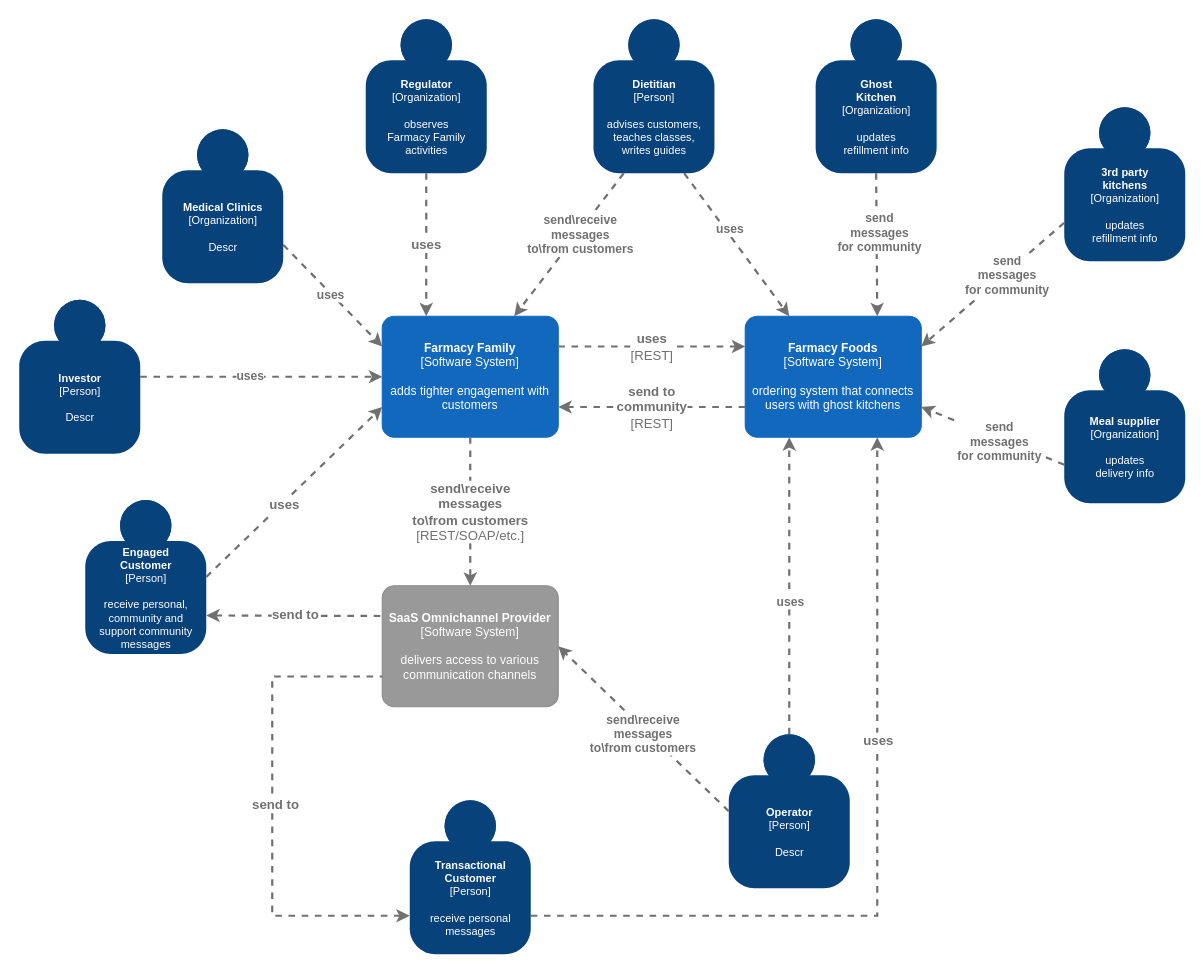
Earlier version of the draw.io diagram page "C4.System Context" (2 of 2) of analysis/drawio.drawio (sakosy/arch_katas_2021). Source tidied: cells renumbered, new cells numbered last; positions are measured from the earlier drawing's top-left corner, leaving out a move shared by most shapes. Both pictures are drawn from the tidied source at 110%, with x=0, y=0 at pixel (19, 19).
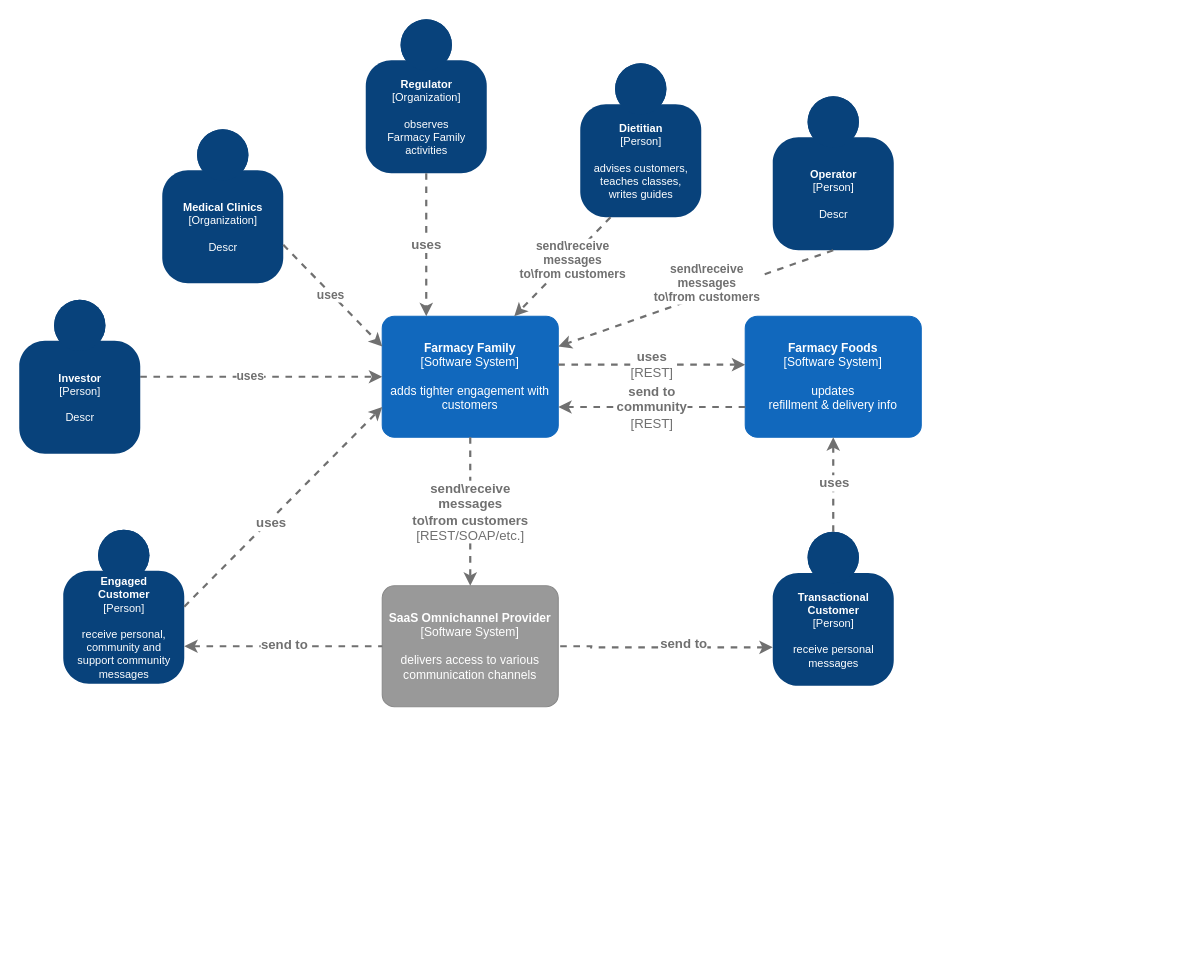
The same page after the edit.

Commit message (it also covers changes not shown here):
updated System Context Diagram

Unchanged cells that the change refers to:
```xml
<object id="3" label="&lt;b style=&quot;font-size: 11px;&quot;&gt;%c4Name%&lt;/b&gt;&lt;div style=&quot;font-size: 11px;&quot;&gt;[%c4Type%]&lt;/div&gt;&lt;br style=&quot;font-size: 11px;&quot;&gt;&lt;div style=&quot;font-size: 11px;&quot;&gt;%c4Description%&lt;/div&gt;" c4Description="adds tighter engagement with customers" c4Name="Farmacy Family" c4Type="Software System" placeholders="1">
  <mxCell style="rounded=1;whiteSpace=wrap;html=1;labelBackgroundColor=none;fillColor=#1168BD;fontColor=#ffffff;align=center;arcSize=10;strokeColor=#1168BD;metaData={&quot;c4Type&quot;:{&quot;editable&quot;:false}};points=[[0.25,0,0],[0.5,0,0],[0.75,0,0],[1,0.25,0],[1,0.5,0],[1,0.75,0],[0.75,1,0],[0.5,1,0],[0.25,1,0],[0,0.75,0],[0,0.5,0],[0,0.25,0]];fontFamily=PT Mono;fontSize=11;" parent="1" vertex="1">
    <mxGeometry x="330" y="270" width="160" height="110" as="geometry" />
  </mxCell>
</object>
<object id="5" label="&lt;b style=&quot;font-size: 11px;&quot;&gt;%c4Name%&lt;/b&gt;&lt;div style=&quot;font-size: 11px;&quot;&gt;[%c4Type%]&lt;/div&gt;&lt;br style=&quot;font-size: 11px;&quot;&gt;&lt;div style=&quot;font-size: 11px;&quot;&gt;%c4Description%&lt;/div&gt;" c4Description="delivers access to various communication channels" c4Name="SaaS Omnichannel Provider" c4Type="Software System" placeholders="1">
  <mxCell style="rounded=1;whiteSpace=wrap;html=1;labelBackgroundColor=none;fillColor=#999999;fontColor=#ffffff;align=center;arcSize=10;strokeColor=#8A8A8A;metaData={&quot;c4Type&quot;:{&quot;editable&quot;:false}};points=[[0.25,0,0],[0.5,0,0],[0.75,0,0],[1,0.25,0],[1,0.5,0],[1,0.75,0],[0.75,1,0],[0.5,1,0],[0.25,1,0],[0,0.75,0],[0,0.5,0],[0,0.25,0]];fontFamily=PT Mono;fontSize=11;" parent="1" vertex="1">
    <mxGeometry x="330" y="515" width="160" height="110" as="geometry" />
  </mxCell>
</object>
```

The edit, as a diff of the source:
```diff
@@
     <object id="2" label="&lt;b style=&quot;font-size: 10px;&quot;&gt;%c4Name%&lt;/b&gt;&lt;div style=&quot;font-size: 10px;&quot;&gt;[%c4Type%]&lt;/div&gt;&lt;br style=&quot;font-size: 10px;&quot;&gt;&lt;div style=&quot;font-size: 10px;&quot;&gt;%c4Description%&lt;/div&gt;" c4Description="receive personal,&#10;community and&#10;support community&#10;messages" c4Name="Engaged&#10;Customer" c4Type="Person" placeholders="1">
       <mxCell style="html=1;dashed=0;whitespace=wrap;fillColor=#08427b;strokeColor=none;fontColor=#ffffff;shape=mxgraph.c4.person;align=center;points=[[0.5,0,0],[1,0.5,0],[1,0.75,0],[0.75,1,0],[0.5,1,0],[0.25,1,0],[0,0.75,0],[0,0.5,0]];metaData={&quot;c4Type&quot;:{&quot;editable&quot;:false}};fontFamily=PT Mono;fontSize=10;" parent="1" vertex="1">
-        <mxGeometry x="60" y="437" width="110" height="140" as="geometry" />
+        <mxGeometry x="40" y="464" width="110" height="140" as="geometry" />
       </mxCell>
     </object>
@@
-    <object id="4" label="&lt;b style=&quot;font-size: 11px;&quot;&gt;%c4Name%&lt;/b&gt;&lt;div style=&quot;font-size: 11px;&quot;&gt;[%c4Type%]&lt;/div&gt;&lt;br style=&quot;font-size: 11px;&quot;&gt;&lt;div style=&quot;font-size: 11px;&quot;&gt;%c4Description%&lt;/div&gt;" c4Description="ordering system that connects users with ghost kitchens" c4Name="Farmacy Foods" c4Type="Software System" placeholders="1">
+    <object id="4" label="&lt;b style=&quot;font-size: 11px;&quot;&gt;%c4Name%&lt;/b&gt;&lt;div style=&quot;font-size: 11px;&quot;&gt;[%c4Type%]&lt;/div&gt;&lt;br style=&quot;font-size: 11px;&quot;&gt;&lt;div style=&quot;font-size: 11px;&quot;&gt;%c4Description%&lt;/div&gt;" c4Description="updates&#10;refillment &amp; delivery info" c4Name="Farmacy Foods" c4Type="Software System" placeholders="1">
       <mxCell style="rounded=1;whiteSpace=wrap;html=1;labelBackgroundColor=none;fillColor=#1168BD;fontColor=#ffffff;align=center;arcSize=10;strokeColor=#1168BD;metaData={&quot;c4Type&quot;:{&quot;editable&quot;:false}};points=[[0.25,0,0],[0.5,0,0],[0.75,0,0],[1,0.25,0],[1,0.5,0],[1,0.75,0],[0.75,1,0],[0.5,1,0],[0.25,1,0],[0,0.75,0],[0,0.5,0],[0,0.25,0]];fontFamily=PT Mono;fontSize=11;" parent="1" vertex="1">
         <mxGeometry x="660" y="270" width="160" height="110" as="geometry" />
       </mxCell>
     </object>
@@
     <object id="7" label="&lt;div style=&quot;text-align: left&quot;&gt;&lt;div style=&quot;text-align: center&quot;&gt;&lt;b&gt;%c4Description%&lt;/b&gt;&lt;/div&gt;&lt;div style=&quot;text-align: center&quot;&gt;[%c4Technology%]&lt;/div&gt;&lt;/div&gt;" c4Description="uses" c4Technology="REST" placeholders="1">
-      <mxCell style="edgeStyle=none;rounded=0;html=1;entryX=0;entryY=0.25;jettySize=auto;strokeColor=#707070;strokeWidth=2;fontColor=#707070;jumpStyle=none;dashed=1;metaData={&quot;c4Type&quot;:{&quot;editable&quot;:false}};fontFamily=PT Mono;fontSize=12;startArrow=none;startFill=0;endArrow=classic;endFill=1;verticalAlign=middle;entryDx=0;entryDy=0;entryPerimeter=0;exitX=1;exitY=0.25;exitDx=0;exitDy=0;exitPerimeter=0;" parent="1" edge="1" source="3" target="4">
-        <mxGeometry relative="1" as="geometry" />
+      <mxCell style="edgeStyle=none;rounded=0;html=1;entryX=0;entryY=0.5;jettySize=auto;orthogonalLoop=1;strokeColor=#707070;strokeWidth=2;fontColor=#707070;jumpStyle=none;dashed=1;metaData={&quot;c4Type&quot;:{&quot;editable&quot;:false}};fontFamily=PT Mono;fontSize=12;startArrow=none;startFill=0;endArrow=classic;endFill=1;verticalAlign=middle;entryDx=0;entryDy=0;entryPerimeter=0;exitX=1;exitY=0.5;exitDx=0;exitDy=0;exitPerimeter=0;" parent="1" edge="1">
+        <mxGeometry relative="1" as="geometry">
+          <mxPoint x="490" y="314" as="sourcePoint" />
+          <mxPoint x="660" y="314" as="targetPoint" />
+        </mxGeometry>
       </mxCell>
     </object>
@@
     <object id="10" label="&lt;b style=&quot;font-size: 10px;&quot;&gt;%c4Name%&lt;/b&gt;&lt;div style=&quot;font-size: 10px;&quot;&gt;[%c4Type%]&lt;/div&gt;&lt;br style=&quot;font-size: 10px;&quot;&gt;&lt;div style=&quot;font-size: 10px;&quot;&gt;%c4Description%&lt;/div&gt;" c4Description="receive personal&#10;messages" c4Name="Transactional&#10;Customer" c4Type="Person" placeholders="1">
       <mxCell style="html=1;dashed=0;whitespace=wrap;fillColor=#08427b;strokeColor=none;fontColor=#ffffff;shape=mxgraph.c4.person;align=center;points=[[0.5,0,0],[1,0.5,0],[1,0.75,0],[0.75,1,0],[0.5,1,0],[0.25,1,0],[0,0.75,0],[0,0.5,0]];metaData={&quot;c4Type&quot;:{&quot;editable&quot;:false}};fontFamily=PT Mono;fontSize=10;" parent="1" vertex="1">
-        <mxGeometry x="355" y="710" width="110" height="140" as="geometry" />
+        <mxGeometry x="685" y="466" width="110" height="140" as="geometry" />
       </mxCell>
     </object>
-    <mxCell id="11" style="endArrow=classic;html=1;rounded=0;fontFamily=PT Mono;fontSize=12;fontColor=#707070;verticalAlign=middle;edgeStyle=elbowEdgeStyle;dashed=1;strokeColor=#707070;strokeWidth=2;endFill=1;startFill=0;exitX=1;exitY=0.75;exitDx=0;exitDy=0;exitPerimeter=0;entryX=0.75;entryY=1;entryDx=0;entryDy=0;entryPerimeter=0;" parent="1" edge="1" source="10" target="4">
-      <mxGeometry relative="1" as="geometry">
-        <Array as="points">
-          <mxPoint x="780" y="570" />
-          <mxPoint x="730" y="600" />
-        </Array>
-      </mxGeometry>
+    <mxCell id="11" style="endArrow=classic;html=1;rounded=0;fontFamily=PT Mono;fontSize=12;fontColor=#707070;verticalAlign=middle;dashed=1;strokeColor=#707070;strokeWidth=2;endFill=1;startFill=0;exitX=0.5;exitY=0;exitDx=0;exitDy=0;exitPerimeter=0;entryX=0.5;entryY=1;entryDx=0;entryDy=0;entryPerimeter=0;edgeStyle=orthogonalEdgeStyle;" parent="1" edge="1" source="10" target="4">
+      <mxGeometry relative="1" as="geometry" />
     </mxCell>
     <mxCell id="12" value="uses" style="edgeLabel;html=1;align=center;verticalAlign=middle;fontSize=12;fontFamily=PT Mono;fontColor=#707070;fontStyle=1;" parent="11" vertex="1">
       <mxGeometry x="-0.15" y="-1" relative="1" as="geometry">
-        <mxPoint x="-1" y="-156" as="offset" />
+        <mxPoint x="-1" y="-8" as="offset" />
       </mxGeometry>
     </mxCell>
-    <mxCell id="13" style="endArrow=none;html=1;rounded=0;fontFamily=PT Mono;fontSize=12;fontColor=#707070;verticalAlign=middle;dashed=1;strokeColor=#707070;strokeWidth=2;endFill=0;startFill=1;entryX=0;entryY=0.25;entryDx=0;entryDy=0;entryPerimeter=0;exitX=1;exitY=0.75;exitDx=0;exitDy=0;exitPerimeter=0;startArrow=classic;" parent="1" edge="1" source="2" target="5">
-      <mxGeometry relative="1" as="geometry" />
+    <mxCell id="13" style="endArrow=none;html=1;rounded=0;fontFamily=PT Mono;fontSize=12;fontColor=#707070;verticalAlign=middle;dashed=1;strokeColor=#707070;strokeWidth=2;endFill=0;startFill=1;entryX=0;entryY=0.5;entryDx=0;entryDy=0;entryPerimeter=0;startArrow=classic;" parent="1" edge="1" target="5">
+      <mxGeometry relative="1" as="geometry">
+        <mxPoint x="150" y="570" as="sourcePoint" />
+      </mxGeometry>
     </mxCell>
     <mxCell id="14" value="send to" style="edgeLabel;html=1;align=center;verticalAlign=middle;fontSize=12;fontFamily=PT Mono;fontColor=#707070;fontStyle=1;" parent="13" vertex="1">
       <mxGeometry x="-0.15" y="-1" relative="1" as="geometry">
-        <mxPoint x="13" y="-2" as="offset" />
+        <mxPoint x="13" y="-3" as="offset" />
       </mxGeometry>
     </mxCell>
-    <mxCell id="15" style="endArrow=none;html=1;rounded=0;fontFamily=PT Mono;fontSize=12;fontColor=#707070;verticalAlign=middle;edgeStyle=elbowEdgeStyle;dashed=1;strokeColor=#707070;strokeWidth=2;endFill=0;startFill=1;entryX=0;entryY=0.75;entryDx=0;entryDy=0;entryPerimeter=0;exitX=0;exitY=0.75;exitDx=0;exitDy=0;exitPerimeter=0;startArrow=classic;" parent="1" edge="1" source="10" target="5">
+    <mxCell id="15" style="endArrow=none;html=1;rounded=0;fontFamily=PT Mono;fontSize=12;fontColor=#707070;verticalAlign=middle;edgeStyle=elbowEdgeStyle;dashed=1;strokeColor=#707070;strokeWidth=2;endFill=0;startFill=1;exitX=0;exitY=0.75;exitDx=0;exitDy=0;exitPerimeter=0;startArrow=classic;entryX=1;entryY=0.5;entryDx=0;entryDy=0;entryPerimeter=0;" parent="1" edge="1" source="10" target="5">
       <mxGeometry relative="1" as="geometry">
         <Array as="points">
-          <mxPoint x="230" y="700" />
+          <mxPoint x="520" y="574" />
         </Array>
       </mxGeometry>
     </mxCell>
     <mxCell id="16" value="send to" style="edgeLabel;html=1;align=center;verticalAlign=middle;fontSize=12;fontFamily=PT Mono;fontColor=#707070;fontStyle=1;" parent="15" vertex="1">
       <mxGeometry x="-0.15" y="-1" relative="1" as="geometry">
-        <mxPoint x="1" y="-39" as="offset" />
+        <mxPoint x="1" y="-3" as="offset" />
       </mxGeometry>
     </mxCell>
@@
-    <object id="18" label="&lt;b style=&quot;font-size: 10px;&quot;&gt;%c4Name%&lt;/b&gt;&lt;div style=&quot;font-size: 10px;&quot;&gt;[%c4Type%]&lt;/div&gt;&lt;br style=&quot;font-size: 10px;&quot;&gt;&lt;div style=&quot;font-size: 10px;&quot;&gt;%c4Description%&lt;/div&gt;" c4Description="updates&#10;refillment info" c4Name="Ghost&#10;Kitchen" c4Type="Organization" placeholders="1">
-      <mxCell style="html=1;dashed=0;whitespace=wrap;fillColor=#08427b;strokeColor=none;fontColor=#ffffff;shape=mxgraph.c4.person;align=center;points=[[0.5,0,0],[1,0.5,0],[1,0.75,0],[0.75,1,0],[0.5,1,0],[0.25,1,0],[0,0.75,0],[0,0.5,0]];metaData={&quot;c4Type&quot;:{&quot;editable&quot;:false}};fontFamily=PT Mono;fontSize=10;" parent="1" vertex="1">
-        <mxGeometry x="724" width="110" height="140" as="geometry" />
-      </mxCell>
-    </object>
-    <mxCell id="19" style="endArrow=classic;html=1;rounded=0;fontFamily=PT Mono;fontSize=12;fontColor=#707070;verticalAlign=middle;exitX=0.5;exitY=1;exitDx=0;exitDy=0;exitPerimeter=0;entryX=0.75;entryY=0;entryDx=0;entryDy=0;entryPerimeter=0;dashed=1;strokeColor=#707070;strokeWidth=2;endFill=1;startFill=0;elbow=vertical;" parent="1" edge="1" source="18" target="4">
-      <mxGeometry relative="1" as="geometry" />
-    </mxCell>
-    <mxCell id="20" value="send&lt;br&gt;messages&lt;br&gt;for community" style="edgeLabel;html=1;align=center;verticalAlign=middle;fontSize=11;fontFamily=PT Mono;fontColor=#707070;fontStyle=1;" parent="19" vertex="1">
-      <mxGeometry x="-0.17" y="2" relative="1" as="geometry" />
-    </mxCell>
     <object id="21" label="&lt;b style=&quot;font-size: 10px;&quot;&gt;%c4Name%&lt;/b&gt;&lt;div style=&quot;font-size: 10px;&quot;&gt;[%c4Type%]&lt;/div&gt;&lt;br style=&quot;font-size: 10px;&quot;&gt;&lt;div style=&quot;font-size: 10px;&quot;&gt;%c4Description%&lt;/div&gt;" c4Description="advises customers,&#10;teaches classes,&#10;writes guides" c4Name="Dietitian" c4Type="Person" placeholders="1">
       <mxCell style="html=1;dashed=0;whitespace=wrap;fillColor=#08427b;strokeColor=none;fontColor=#ffffff;shape=mxgraph.c4.person;align=center;points=[[0.5,0,0],[1,0.5,0],[1,0.75,0],[0.75,1,0],[0.5,1,0],[0.25,1,0],[0,0.75,0],[0,0.5,0]];metaData={&quot;c4Type&quot;:{&quot;editable&quot;:false}};fontFamily=PT Mono;fontSize=10;" parent="1" vertex="1">
-        <mxGeometry x="522" width="110" height="140" as="geometry" />
+        <mxGeometry x="510" y="40" width="110" height="140" as="geometry" />
       </mxCell>
     </object>
@@
-    <mxCell id="25" style="endArrow=classic;html=1;rounded=0;fontFamily=PT Mono;fontSize=12;fontColor=#707070;verticalAlign=middle;exitX=0.75;exitY=1;exitDx=0;exitDy=0;exitPerimeter=0;entryX=0.25;entryY=0;entryDx=0;entryDy=0;entryPerimeter=0;dashed=1;strokeColor=#707070;strokeWidth=2;endFill=1;startFill=0;" parent="1" edge="1" source="21" target="4">
-      <mxGeometry relative="1" as="geometry" />
-    </mxCell>
-    <mxCell id="26" value="uses" style="edgeLabel;html=1;align=center;verticalAlign=middle;fontSize=11;fontFamily=PT Mono;fontColor=#707070;fontStyle=1;" parent="25" vertex="1">
-      <mxGeometry x="-0.14" relative="1" as="geometry">
-        <mxPoint y="-5" as="offset" />
-      </mxGeometry>
-    </mxCell>
@@
     <object id="34" label="&lt;b style=&quot;font-size: 10px;&quot;&gt;%c4Name%&lt;/b&gt;&lt;div style=&quot;font-size: 10px;&quot;&gt;[%c4Type%]&lt;/div&gt;&lt;br style=&quot;font-size: 10px;&quot;&gt;&lt;div style=&quot;font-size: 10px;&quot;&gt;%c4Description%&lt;/div&gt;" c4Description="Descr" c4Name="Operator" c4Type="Person" placeholders="1">
       <mxCell style="html=1;dashed=0;whitespace=wrap;fillColor=#08427b;strokeColor=none;fontColor=#ffffff;shape=mxgraph.c4.person;align=center;points=[[0.5,0,0],[1,0.5,0],[1,0.75,0],[0.75,1,0],[0.5,1,0],[0.25,1,0],[0,0.75,0],[0,0.5,0]];metaData={&quot;c4Type&quot;:{&quot;editable&quot;:false}};fontFamily=PT Mono;fontSize=10;" parent="1" vertex="1">
-        <mxGeometry x="645" y="650" width="110" height="140" as="geometry" />
+        <mxGeometry x="685" y="70" width="110" height="140" as="geometry" />
       </mxCell>
     </object>
-    <mxCell id="35" style="endArrow=classic;html=1;rounded=0;fontFamily=PT Mono;fontSize=12;fontColor=#707070;verticalAlign=middle;exitX=0.5;exitY=0;exitDx=0;exitDy=0;exitPerimeter=0;entryX=0.25;entryY=1;entryDx=0;entryDy=0;entryPerimeter=0;dashed=1;strokeColor=#707070;strokeWidth=2;endFill=1;startFill=0;" parent="1" edge="1" source="34" target="4">
-      <mxGeometry relative="1" as="geometry" />
-    </mxCell>
-    <mxCell id="36" value="uses" style="edgeLabel;html=1;align=center;verticalAlign=middle;fontSize=11;fontFamily=PT Mono;fontColor=#707070;fontStyle=1;" parent="35" vertex="1">
-      <mxGeometry x="-0.14" relative="1" as="geometry">
-        <mxPoint y="-5" as="offset" />
-      </mxGeometry>
-    </mxCell>
-    <mxCell id="37" style="endArrow=classic;html=1;rounded=0;fontFamily=PT Mono;fontSize=12;fontColor=#707070;verticalAlign=middle;entryX=1;entryY=0.5;entryDx=0;entryDy=0;entryPerimeter=0;dashed=1;strokeColor=#707070;strokeWidth=2;endFill=1;startFill=0;elbow=vertical;exitX=0;exitY=0.5;exitDx=0;exitDy=0;exitPerimeter=0;" parent="1" edge="1" source="34" target="5">
+    <mxCell id="37" style="endArrow=classic;html=1;rounded=0;fontFamily=PT Mono;fontSize=12;fontColor=#707070;verticalAlign=middle;entryX=1;entryY=0.25;entryDx=0;entryDy=0;entryPerimeter=0;dashed=1;strokeColor=#707070;strokeWidth=2;endFill=1;startFill=0;elbow=vertical;exitX=0.5;exitY=1;exitDx=0;exitDy=0;exitPerimeter=0;" parent="1" edge="1" source="34" target="3">
       <mxGeometry relative="1" as="geometry" />
     </mxCell>
@@
-    <object id="39" label="&lt;b style=&quot;font-size: 10px;&quot;&gt;%c4Name%&lt;/b&gt;&lt;div style=&quot;font-size: 10px;&quot;&gt;[%c4Type%]&lt;/div&gt;&lt;br style=&quot;font-size: 10px;&quot;&gt;&lt;div style=&quot;font-size: 10px;&quot;&gt;%c4Description%&lt;/div&gt;" c4Description="updates&#10;refillment info" c4Name="3rd party&#10;kitchens" c4Type="Organization" placeholders="1">
-      <mxCell style="html=1;dashed=0;whitespace=wrap;fillColor=#08427b;strokeColor=none;fontColor=#ffffff;shape=mxgraph.c4.person;align=center;points=[[0.5,0,0],[1,0.5,0],[1,0.75,0],[0.75,1,0],[0.5,1,0],[0.25,1,0],[0,0.75,0],[0,0.5,0]];metaData={&quot;c4Type&quot;:{&quot;editable&quot;:false}};fontFamily=PT Mono;fontSize=10;" parent="1" vertex="1">
-        <mxGeometry x="950" y="80" width="110" height="140" as="geometry" />
-      </mxCell>
-    </object>
-    <object id="40" label="&lt;b style=&quot;font-size: 10px;&quot;&gt;%c4Name%&lt;/b&gt;&lt;div style=&quot;font-size: 10px;&quot;&gt;[%c4Type%]&lt;/div&gt;&lt;br style=&quot;font-size: 10px;&quot;&gt;&lt;div style=&quot;font-size: 10px;&quot;&gt;%c4Description%&lt;/div&gt;" c4Description="updates&#10;delivery info" c4Name="Meal supplier" c4Type="Organization" placeholders="1">
-      <mxCell style="html=1;dashed=0;whitespace=wrap;fillColor=#08427b;strokeColor=none;fontColor=#ffffff;shape=mxgraph.c4.person;align=center;points=[[0.5,0,0],[1,0.5,0],[1,0.75,0],[0.75,1,0],[0.5,1,0],[0.25,1,0],[0,0.75,0],[0,0.5,0]];metaData={&quot;c4Type&quot;:{&quot;editable&quot;:false}};fontFamily=PT Mono;fontSize=10;" parent="1" vertex="1">
-        <mxGeometry x="950" y="300" width="110" height="140" as="geometry" />
-      </mxCell>
-    </object>
-    <mxCell id="41" style="endArrow=classic;html=1;rounded=0;fontFamily=PT Mono;fontSize=12;fontColor=#707070;verticalAlign=middle;exitX=0;exitY=0.75;exitDx=0;exitDy=0;exitPerimeter=0;entryX=1;entryY=0.25;entryDx=0;entryDy=0;entryPerimeter=0;dashed=1;strokeColor=#707070;strokeWidth=2;endFill=1;startFill=0;elbow=vertical;" parent="1" edge="1" source="39" target="4">
-      <mxGeometry relative="1" as="geometry" />
-    </mxCell>
-    <mxCell id="42" value="send&lt;br&gt;messages&lt;br&gt;for community" style="edgeLabel;html=1;align=center;verticalAlign=middle;fontSize=11;fontFamily=PT Mono;fontColor=#707070;fontStyle=1;" parent="41" vertex="1">
-      <mxGeometry x="-0.17" y="2" relative="1" as="geometry" />
-    </mxCell>
-    <mxCell id="43" style="endArrow=classic;html=1;rounded=0;fontFamily=PT Mono;fontSize=12;fontColor=#707070;verticalAlign=middle;exitX=0;exitY=0.75;exitDx=0;exitDy=0;exitPerimeter=0;entryX=1;entryY=0.75;entryDx=0;entryDy=0;entryPerimeter=0;dashed=1;strokeColor=#707070;strokeWidth=2;endFill=1;startFill=0;elbow=vertical;" parent="1" edge="1" source="40" target="4">
-      <mxGeometry relative="1" as="geometry" />
-    </mxCell>
-    <mxCell id="44" value="send&lt;br&gt;messages&lt;br&gt;for community" style="edgeLabel;html=1;align=center;verticalAlign=middle;fontSize=11;fontFamily=PT Mono;fontColor=#707070;fontStyle=1;" parent="43" vertex="1">
-      <mxGeometry x="-0.17" y="2" relative="1" as="geometry">
-        <mxPoint x="-5" y="-2" as="offset" />
-      </mxGeometry>
-    </mxCell>
```
